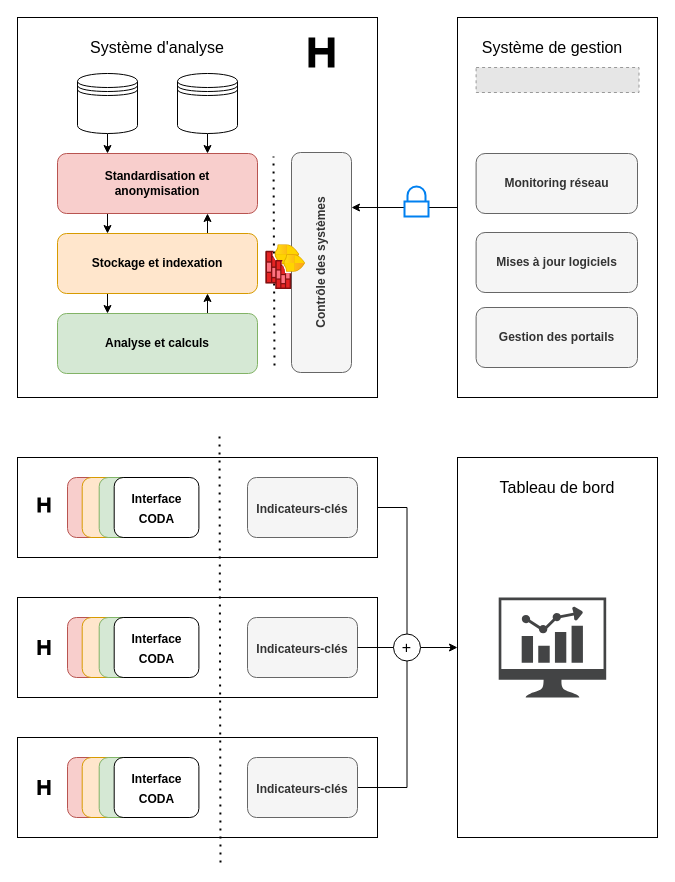
This is graphs/coda19-simplified-multisite.drawio from CODA-19/coda19-documentation, a draw.io file, before an edit. Source tidied: cells renumbered, new cells numbered last; positions are measured from the earlier drawing's top-left corner, leaving out a move shared by most shapes. Both pictures are drawn from the tidied source at 100%, with x=0, y=0 at pixel (17, 17). Pictures stored in the file or linked from it are replaced by grey dashed boxes.
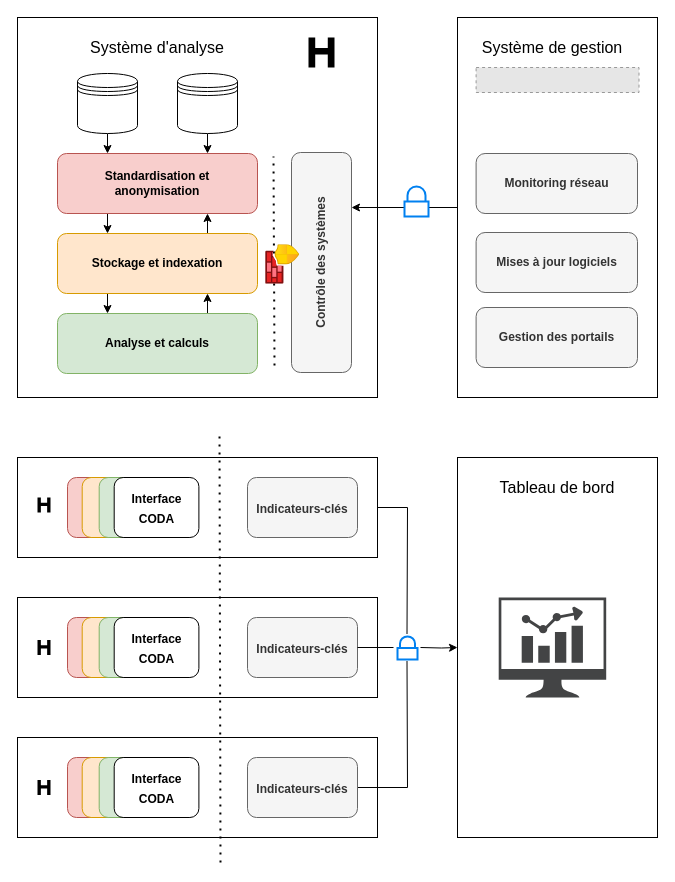
Above is the later version.

The change refers to these unchanged cells:
```xml
<mxCell id="28" style="whiteSpace=wrap;html=1;" parent="1" vertex="1">
  <mxGeometry y="440" width="360" height="100" as="geometry" />
</mxCell>
<mxCell id="42" style="whiteSpace=wrap;html=1;" parent="1" vertex="1">
  <mxGeometry x="440" y="440" width="200" height="380" as="geometry" />
</mxCell>
<mxCell id="48" value="&lt;b style=&quot;font-size: 12px&quot;&gt;Indicateurs-clés&lt;br&gt;&lt;/b&gt;" style="rounded=1;whiteSpace=wrap;html=1;fontSize=16;align=center;fillColor=#f5f5f5;strokeColor=#666666;fontColor=#333333;" parent="1" vertex="1">
  <mxGeometry x="230" y="600" width="110" height="60" as="geometry" />
</mxCell>
<mxCell id="50" value="&lt;b style=&quot;font-size: 12px&quot;&gt;Indicateurs-clés&lt;br&gt;&lt;/b&gt;" style="rounded=1;whiteSpace=wrap;html=1;fontSize=16;align=center;fillColor=#f5f5f5;strokeColor=#666666;fontColor=#333333;" parent="1" vertex="1">
  <mxGeometry x="230" y="740" width="110" height="60" as="geometry" />
</mxCell>
```

The edit, as a diff of the source:
```diff
@@
-    <mxCell id="27" style="edgeStyle=orthogonalEdgeStyle;rounded=0;jettySize=auto;html=1;exitX=1;exitY=0.5;exitDx=0;exitDy=0;entryX=0.5;entryY=0;entryDx=0;entryDy=0;fontSize=16;endArrow=none;endFill=0;" parent="1" edge="1" source="28" target="56">
-      <mxGeometry relative="1" as="geometry" />
+    <mxCell id="27" style="edgeStyle=orthogonalEdgeStyle;rounded=0;jettySize=auto;html=1;exitX=1;exitY=0.5;exitDx=0;exitDy=0;entryX=0.5;entryY=0;entryDx=0;entryDy=0;fontSize=16;endArrow=none;endFill=0;" parent="1" edge="1" source="28">
+      <mxGeometry relative="1" as="geometry">
+        <mxPoint x="389.5" y="616.5" as="targetPoint" />
+      </mxGeometry>
     </mxCell>
@@
-    <mxCell id="49" style="edgeStyle=orthogonalEdgeStyle;rounded=0;jettySize=auto;html=1;exitX=1;exitY=0.5;exitDx=0;exitDy=0;entryX=0.5;entryY=1;entryDx=0;entryDy=0;fontSize=16;endArrow=none;endFill=0;" parent="1" edge="1" source="50" target="56">
-      <mxGeometry relative="1" as="geometry" />
+    <mxCell id="49" style="edgeStyle=orthogonalEdgeStyle;rounded=0;jettySize=auto;html=1;exitX=1;exitY=0.5;exitDx=0;exitDy=0;entryX=0.5;entryY=1;entryDx=0;entryDy=0;fontSize=16;endArrow=none;endFill=0;" parent="1" edge="1" source="50">
+      <mxGeometry relative="1" as="geometry">
+        <mxPoint x="389.5" y="643.5" as="targetPoint" />
+      </mxGeometry>
     </mxCell>
@@
-    <mxCell id="54" style="html=1;align=center;image;fontSize=12;image=img/lib/azure2/networking/Azure_Firewall_Manager.svg;rotation=-90;" parent="1" vertex="1">
-      <mxGeometry x="255.6" y="238.7" width="35" height="30" as="geometry" />
-    </mxCell>
-    <mxCell id="55" style="edgeStyle=orthogonalEdgeStyle;rounded=0;jettySize=auto;html=1;exitX=1;exitY=0.5;exitDx=0;exitDy=0;endArrow=classic;endFill=1;fontSize=16;" parent="1" edge="1" source="56" target="42">
-      <mxGeometry relative="1" as="geometry" />
+    <mxCell id="55" style="edgeStyle=orthogonalEdgeStyle;rounded=0;jettySize=auto;html=1;exitX=1;exitY=0.5;exitDx=0;exitDy=0;endArrow=classic;endFill=1;fontSize=16;" parent="1" edge="1" target="42">
+      <mxGeometry relative="1" as="geometry">
+        <mxPoint x="403" y="630" as="sourcePoint" />
+      </mxGeometry>
     </mxCell>
-    <mxCell id="56" value="+" style="ellipse;whiteSpace=wrap;html=1;fontSize=16;align=center;" parent="1" vertex="1">
-      <mxGeometry x="376" y="616.5" width="27" height="27" as="geometry" />
-    </mxCell>
-    <mxCell id="57" style="edgeStyle=orthogonalEdgeStyle;rounded=0;jettySize=auto;html=1;fontSize=16;exitX=1;exitY=0.5;exitDx=0;exitDy=0;endArrow=none;endFill=0;" parent="1" edge="1" source="48" target="56">
-      <mxGeometry relative="1" as="geometry" />
+    <mxCell id="57" style="edgeStyle=orthogonalEdgeStyle;rounded=0;jettySize=auto;html=1;fontSize=16;exitX=1;exitY=0.5;exitDx=0;exitDy=0;endArrow=none;endFill=0;" parent="1" edge="1" source="48">
+      <mxGeometry relative="1" as="geometry">
+        <mxPoint x="376" y="630" as="targetPoint" />
+      </mxGeometry>
     </mxCell>
+    <mxCell id="58" style="html=1;verticalLabelPosition=bottom;align=center;labelBackgroundColor=#ffffff;verticalAlign=top;strokeWidth=2;strokeColor=#0080F0;shadow=0;dashed=0;shape=mxgraph.ios7.icons.locked;fontSize=16;" parent="1" vertex="1">
+      <mxGeometry x="380" y="619" width="20" height="23" as="geometry" />
+    </mxCell>
```
